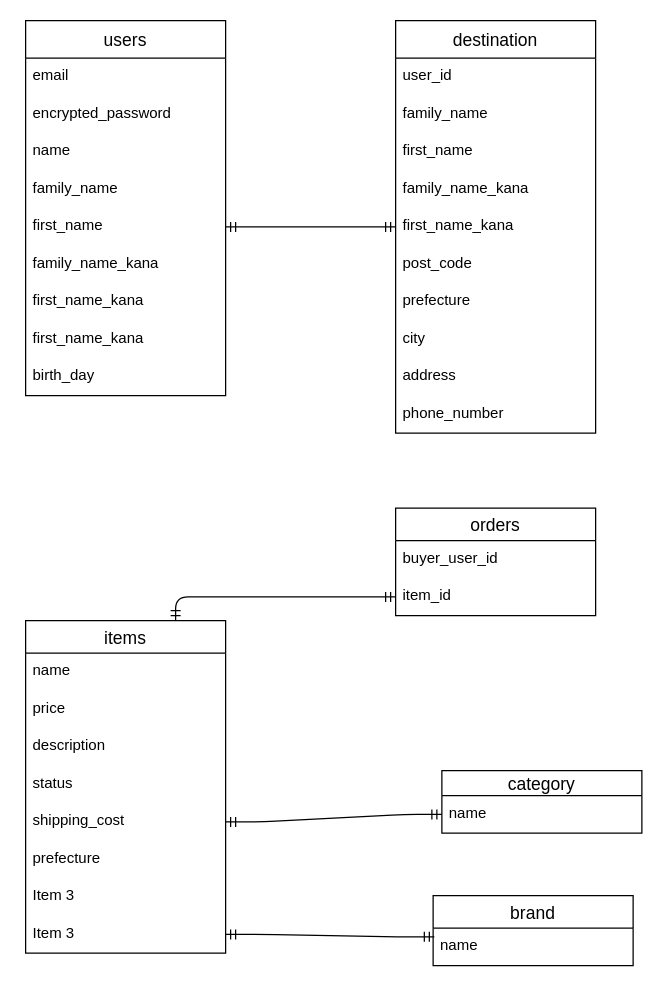
The draw.io diagram table.dio in nkubota05/furima-36196, before the edit. Source tidied: cells renumbered, new cells numbered last; positions are measured from the earlier drawing's top-left corner, leaving out a move shared by most shapes. Both pictures are drawn from the tidied source at 125%, with x=0, y=0 at pixel (25, 20).
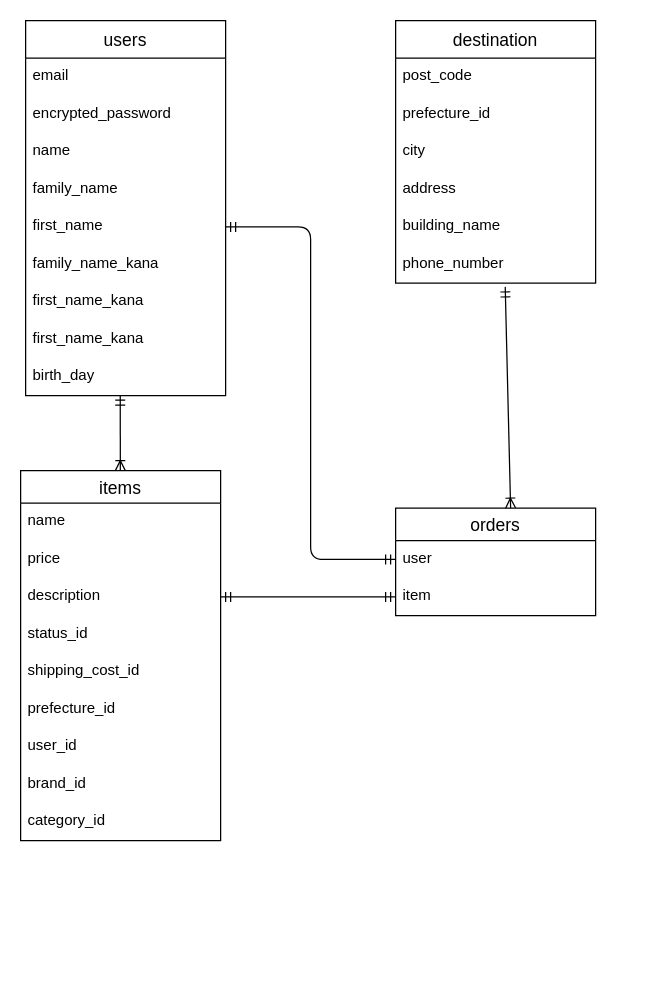
Above is the later version.

Unchanged cells that the change refers to:
```xml
<mxCell id="7" value="first_name" style="text;strokeColor=none;fillColor=none;spacingLeft=4;spacingRight=4;overflow=hidden;points=[[0,0.5],[1,0.5]];portConstraint=eastwest;fontSize=12;" parent="2" vertex="1">
  <mxGeometry y="150" width="160" height="30" as="geometry" />
</mxCell>
<mxCell id="11" value="birth_day" style="text;strokeColor=none;fillColor=none;spacingLeft=4;spacingRight=4;overflow=hidden;points=[[0,0.5],[1,0.5]];portConstraint=eastwest;fontSize=12;" parent="2" vertex="1">
  <mxGeometry y="270" width="160" height="30" as="geometry" />
</mxCell>
<mxCell id="33" value="description" style="text;strokeColor=none;fillColor=none;spacingLeft=4;spacingRight=4;overflow=hidden;points=[[0,0.5],[1,0.5]];portConstraint=eastwest;fontSize=12;" parent="30" vertex="1">
  <mxGeometry y="86" width="160" height="30" as="geometry" />
</mxCell>
<mxCell id="39" value="orders" style="swimlane;fontStyle=0;horizontal=1;startSize=26;align=center;fontSize=14;" parent="1" vertex="1">
  <mxGeometry x="296" y="390" width="160" height="86" as="geometry" />
</mxCell>
```

What changed in the source:
```diff
@@
     <mxCell id="12" value="destination" style="swimlane;fontStyle=0;horizontal=1;startSize=30;align=center;fontSize=14;" parent="1" vertex="1">
-      <mxGeometry x="296" width="160" height="330" as="geometry" />
+      <mxGeometry x="296" width="160" height="210" as="geometry" />
     </mxCell>
-    <mxCell id="13" value="user_id" style="text;strokeColor=none;fillColor=none;spacingLeft=4;spacingRight=4;overflow=hidden;fontSize=12;" parent="12" vertex="1">
-      <mxGeometry y="30" width="160" height="30" as="geometry" />
-    </mxCell>
-    <mxCell id="14" value="family_name" style="text;strokeColor=none;fillColor=none;spacingLeft=4;spacingRight=4;overflow=hidden;fontSize=12;" parent="12" vertex="1">
-      <mxGeometry y="60" width="160" height="30" as="geometry" />
-    </mxCell>
-    <mxCell id="15" value="first_name" style="text;strokeColor=none;fillColor=none;spacingLeft=4;spacingRight=4;overflow=hidden;fontSize=12;" parent="12" vertex="1">
-      <mxGeometry y="90" width="160" height="30" as="geometry" />
-    </mxCell>
-    <mxCell id="16" value="family_name_kana" style="text;strokeColor=none;fillColor=none;spacingLeft=4;spacingRight=4;overflow=hidden;fontSize=12;" parent="12" vertex="1">
-      <mxGeometry y="120" width="160" height="30" as="geometry" />
-    </mxCell>
-    <mxCell id="17" value="first_name_kana" style="text;strokeColor=none;fillColor=none;spacingLeft=4;spacingRight=4;overflow=hidden;points=[[0,0.5],[1,0.5]];portConstraint=eastwest;fontSize=12;" parent="12" vertex="1">
-      <mxGeometry y="150" width="160" height="30" as="geometry" />
-    </mxCell>
     <mxCell id="18" value="post_code" style="text;strokeColor=none;fillColor=none;spacingLeft=4;spacingRight=4;overflow=hidden;fontSize=12;" parent="12" vertex="1">
-      <mxGeometry y="180" width="160" height="30" as="geometry" />
+      <mxGeometry y="30" width="160" height="30" as="geometry" />
     </mxCell>
-    <mxCell id="19" value="prefecture" style="text;strokeColor=none;fillColor=none;spacingLeft=4;spacingRight=4;overflow=hidden;fontSize=12;" parent="12" vertex="1">
-      <mxGeometry y="210" width="160" height="30" as="geometry" />
+    <mxCell id="19" value="prefecture_id" style="text;strokeColor=none;fillColor=none;spacingLeft=4;spacingRight=4;overflow=hidden;fontSize=12;" parent="12" vertex="1">
+      <mxGeometry y="60" width="160" height="30" as="geometry" />
     </mxCell>
     <mxCell id="20" value="city" style="text;strokeColor=none;fillColor=none;spacingLeft=4;spacingRight=4;overflow=hidden;fontSize=12;" parent="12" vertex="1">
-      <mxGeometry y="240" width="160" height="30" as="geometry" />
+      <mxGeometry y="90" width="160" height="30" as="geometry" />
     </mxCell>
     <mxCell id="21" value="address" style="text;strokeColor=none;fillColor=none;spacingLeft=4;spacingRight=4;overflow=hidden;fontSize=12;" parent="12" vertex="1">
-      <mxGeometry y="270" width="160" height="30" as="geometry" />
+      <mxGeometry y="120" width="160" height="30" as="geometry" />
     </mxCell>
+    <mxCell id="44" value="building_name" style="text;strokeColor=none;fillColor=none;spacingLeft=4;spacingRight=4;overflow=hidden;fontSize=12;" parent="12" vertex="1">
+      <mxGeometry y="150" width="160" height="30" as="geometry" />
+    </mxCell>
     <mxCell id="22" value="phone_number" style="text;strokeColor=none;fillColor=none;spacingLeft=4;spacingRight=4;overflow=hidden;points=[[0,0.5],[1,0.5]];portConstraint=eastwest;fontSize=12;" parent="12" vertex="1">
-      <mxGeometry y="300" width="160" height="30" as="geometry" />
+      <mxGeometry y="180" width="160" height="30" as="geometry" />
     </mxCell>
-    <mxCell id="23" style="fontSize=12;html=1;endArrow=ERmandOne;entryX=0;entryY=0.5;entryDx=0;entryDy=0;endFill=0;startArrow=ERmandOne;startFill=0;exitX=1;exitY=0.5;exitDx=0;exitDy=0;" parent="1" edge="1" source="7" target="17">
+    <mxCell id="23" style="fontSize=12;html=1;endArrow=ERmandOne;entryX=0;entryY=0.5;entryDx=0;entryDy=0;endFill=0;startArrow=ERmandOne;startFill=0;exitX=1;exitY=0.5;exitDx=0;exitDy=0;edgeStyle=orthogonalEdgeStyle;" parent="1" edge="1" source="7" target="40">
       <mxGeometry relative="1" as="geometry" />
     </mxCell>
-    <mxCell id="24" value="brand" style="swimlane;fontStyle=0;horizontal=1;startSize=26;align=center;fontSize=14;" parent="1" vertex="1">
-      <mxGeometry x="326" y="700" width="160" height="56" as="geometry" />
-    </mxCell>
-    <mxCell id="25" value="name" style="text;strokeColor=none;fillColor=none;spacingLeft=4;spacingRight=4;overflow=hidden;points=[[0,0.5],[1,0.5]];portConstraint=eastwest;fontSize=12;" parent="24" vertex="1">
-      <mxGeometry y="26" width="160" height="30" as="geometry" />
-    </mxCell>
-    <mxCell id="26" style="edgeStyle=entityRelationEdgeStyle;fontSize=12;html=1;endArrow=ERmandOne;startArrow=ERmandOne;entryX=0.006;entryY=0.233;entryDx=0;entryDy=0;entryPerimeter=0;exitX=1;exitY=0.5;exitDx=0;exitDy=0;" parent="1" edge="1" source="38" target="25">
-      <mxGeometry relative="1" as="geometry" />
-    </mxCell>
-    <mxCell id="27" value="category" style="swimlane;fontStyle=0;horizontal=1;startSize=20;align=center;fontSize=14;" parent="1" vertex="1">
-      <mxGeometry x="333" y="600" width="160" height="50" as="geometry" />
-    </mxCell>
-    <mxCell id="28" value="name" style="text;strokeColor=none;fillColor=none;spacingLeft=4;spacingRight=4;overflow=hidden;points=[[0,0.5],[1,0.5]];portConstraint=eastwest;fontSize=12;" parent="27" vertex="1">
-      <mxGeometry y="20" width="160" height="30" as="geometry" />
-    </mxCell>
-    <mxCell id="29" style="edgeStyle=entityRelationEdgeStyle;fontSize=12;html=1;endArrow=ERmandOne;startArrow=ERmandOne;exitX=1;exitY=0.5;exitDx=0;exitDy=0;entryX=0;entryY=0.5;entryDx=0;entryDy=0;" parent="1" edge="1" source="35" target="28">
-      <mxGeometry relative="1" as="geometry" />
-    </mxCell>
     <mxCell id="30" value="items" style="swimlane;fontStyle=0;horizontal=1;startSize=26;align=center;fontSize=14;" parent="1" vertex="1">
-      <mxGeometry y="480" width="160" height="266" as="geometry" />
+      <mxGeometry x="-4" y="360" width="160" height="296" as="geometry" />
     </mxCell>
@@
+    <mxCell id="45" value="status_id" style="text;strokeColor=none;fillColor=none;spacingLeft=4;spacingRight=4;overflow=hidden;fontSize=12;" parent="30" vertex="1">
+      <mxGeometry y="116" width="160" height="30" as="geometry" />
+    </mxCell>
-    <mxCell id="34" value="status" style="text;strokeColor=none;fillColor=none;spacingLeft=4;spacingRight=4;overflow=hidden;fontSize=12;" parent="30" vertex="1">
-      <mxGeometry y="116" width="160" height="30" as="geometry" />
+    <mxCell id="34" value="shipping_cost_id" style="text;strokeColor=none;fillColor=none;spacingLeft=4;spacingRight=4;overflow=hidden;fontSize=12;" parent="30" vertex="1">
+      <mxGeometry y="146" width="160" height="30" as="geometry" />
     </mxCell>
-    <mxCell id="35" value="shipping_cost" style="text;strokeColor=none;fillColor=none;spacingLeft=4;spacingRight=4;overflow=hidden;points=[[0,0.5],[1,0.5]];portConstraint=eastwest;fontSize=12;" parent="30" vertex="1">
-      <mxGeometry y="146" width="160" height="30" as="geometry" />
+    <mxCell id="35" value="prefecture_id" style="text;strokeColor=none;fillColor=none;spacingLeft=4;spacingRight=4;overflow=hidden;points=[[0,0.5],[1,0.5]];portConstraint=eastwest;fontSize=12;" parent="30" vertex="1">
+      <mxGeometry y="176" width="160" height="30" as="geometry" />
     </mxCell>
-    <mxCell id="36" value="prefecture" style="text;strokeColor=none;fillColor=none;spacingLeft=4;spacingRight=4;overflow=hidden;fontSize=12;" parent="30" vertex="1">
-      <mxGeometry y="176" width="160" height="30" as="geometry" />
+    <mxCell id="36" value="user_id" style="text;strokeColor=none;fillColor=none;spacingLeft=4;spacingRight=4;overflow=hidden;fontSize=12;" parent="30" vertex="1">
+      <mxGeometry y="206" width="160" height="30" as="geometry" />
     </mxCell>
-    <mxCell id="37" value="Item 3" style="text;strokeColor=none;fillColor=none;spacingLeft=4;spacingRight=4;overflow=hidden;fontSize=12;" parent="30" vertex="1">
-      <mxGeometry y="206" width="160" height="30" as="geometry" />
+    <mxCell id="37" value="brand_id" style="text;strokeColor=none;fillColor=none;spacingLeft=4;spacingRight=4;overflow=hidden;fontSize=12;" parent="30" vertex="1">
+      <mxGeometry y="236" width="160" height="30" as="geometry" />
     </mxCell>
-    <mxCell id="38" value="Item 3" style="text;strokeColor=none;fillColor=none;spacingLeft=4;spacingRight=4;overflow=hidden;points=[[0,0.5],[1,0.5]];portConstraint=eastwest;fontSize=12;" parent="30" vertex="1">
-      <mxGeometry y="236" width="160" height="30" as="geometry" />
+    <mxCell id="38" value="category_id" style="text;strokeColor=none;fillColor=none;spacingLeft=4;spacingRight=4;overflow=hidden;points=[[0,0.5],[1,0.5]];portConstraint=eastwest;fontSize=12;" parent="30" vertex="1">
+      <mxGeometry y="266" width="160" height="30" as="geometry" />
     </mxCell>
@@
-    <mxCell id="40" value="buyer_user_id" style="text;strokeColor=none;fillColor=none;spacingLeft=4;spacingRight=4;overflow=hidden;points=[[0,0.5],[1,0.5]];portConstraint=eastwest;fontSize=12;" parent="39" vertex="1">
+    <mxCell id="40" value="user" style="text;strokeColor=none;fillColor=none;spacingLeft=4;spacingRight=4;overflow=hidden;points=[[0,0.5],[1,0.5]];portConstraint=eastwest;fontSize=12;" parent="39" vertex="1">
       <mxGeometry y="26" width="160" height="30" as="geometry" />
     </mxCell>
-    <mxCell id="41" value="item_id" style="text;strokeColor=none;fillColor=none;spacingLeft=4;spacingRight=4;overflow=hidden;points=[[0,0.5],[1,0.5]];portConstraint=eastwest;fontSize=12;" parent="39" vertex="1">
+    <mxCell id="41" value="item" style="text;strokeColor=none;fillColor=none;spacingLeft=4;spacingRight=4;overflow=hidden;points=[[0,0.5],[1,0.5]];portConstraint=eastwest;fontSize=12;" parent="39" vertex="1">
       <mxGeometry y="56" width="160" height="30" as="geometry" />
     </mxCell>
-    <mxCell id="42" style="fontSize=12;html=1;endArrow=ERmandOne;startArrow=ERmandOne;exitX=0.75;exitY=0;exitDx=0;exitDy=0;edgeStyle=orthogonalEdgeStyle;entryX=0;entryY=0.5;entryDx=0;entryDy=0;" parent="1" edge="1" source="30" target="41">
-      <mxGeometry relative="1" as="geometry">
-        <Array as="points">
-          <mxPoint x="120" y="461" />
-        </Array>
-      </mxGeometry>
+    <mxCell id="42" style="fontSize=12;html=1;endArrow=ERmandOne;startArrow=ERmandOne;exitX=1;exitY=0.5;exitDx=0;exitDy=0;edgeStyle=orthogonalEdgeStyle;entryX=0;entryY=0.5;entryDx=0;entryDy=0;" parent="1" edge="1" source="33" target="41">
+      <mxGeometry relative="1" as="geometry" />
     </mxCell>
@@
+    <mxCell id="46" style="fontSize=12;html=1;endArrow=ERoneToMany;startArrow=ERmandOne;startFill=0;exitX=0.548;exitY=1.1;exitDx=0;exitDy=0;exitPerimeter=0;" parent="1" edge="1" source="22">
+      <mxGeometry relative="1" as="geometry">
+        <mxPoint x="388" y="390" as="targetPoint" />
+      </mxGeometry>
+    </mxCell>
+    <mxCell id="47" style="fontSize=12;html=1;endArrow=ERoneToMany;startArrow=ERmandOne;startFill=0;exitX=0.473;exitY=0.989;exitDx=0;exitDy=0;exitPerimeter=0;" parent="1" edge="1" source="11" target="30">
+      <mxGeometry relative="1" as="geometry" />
+    </mxCell>
```
